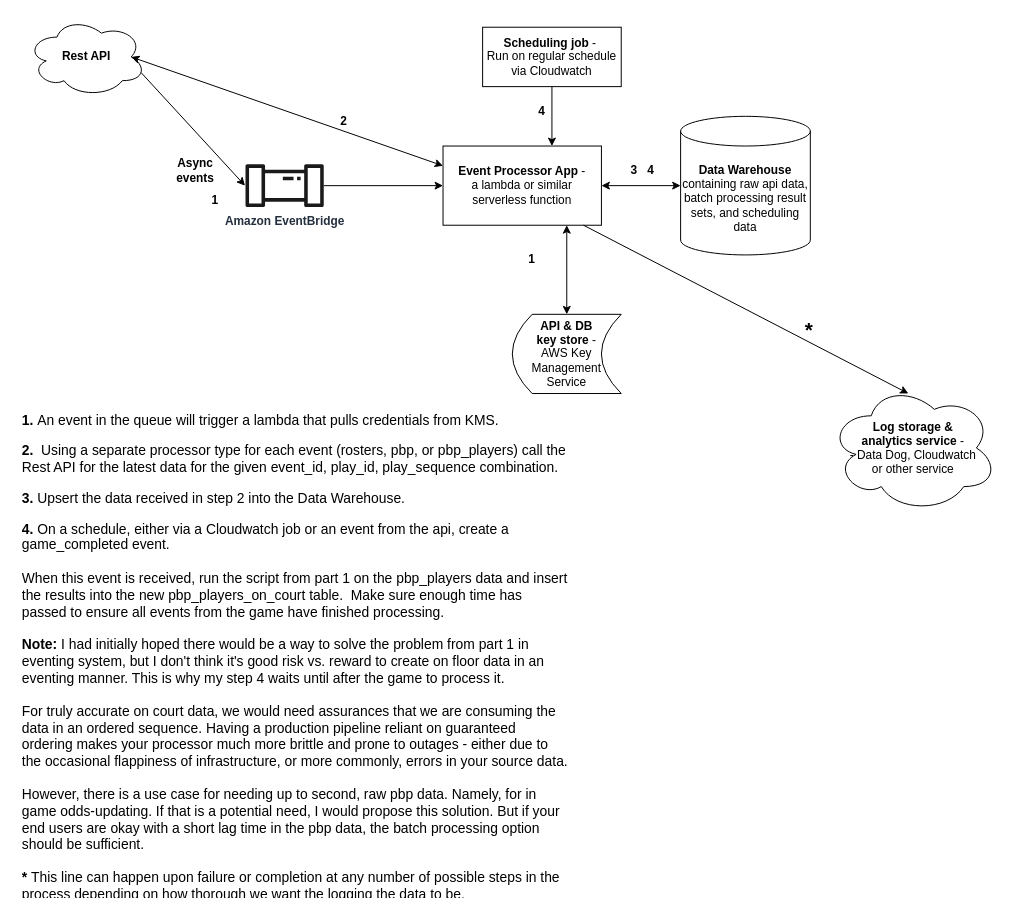
Above: page "Event Processor" (2 of 2) of swish_diagram.drawio in dpcramer/swish (draw.io), before the change. Source tidied: cells renumbered, new cells numbered last; positions are measured from the earlier drawing's top-left corner, leaving out a move shared by most shapes. Both pictures are drawn from the tidied source at 99%, with x=0, y=0 at pixel (17, 17).
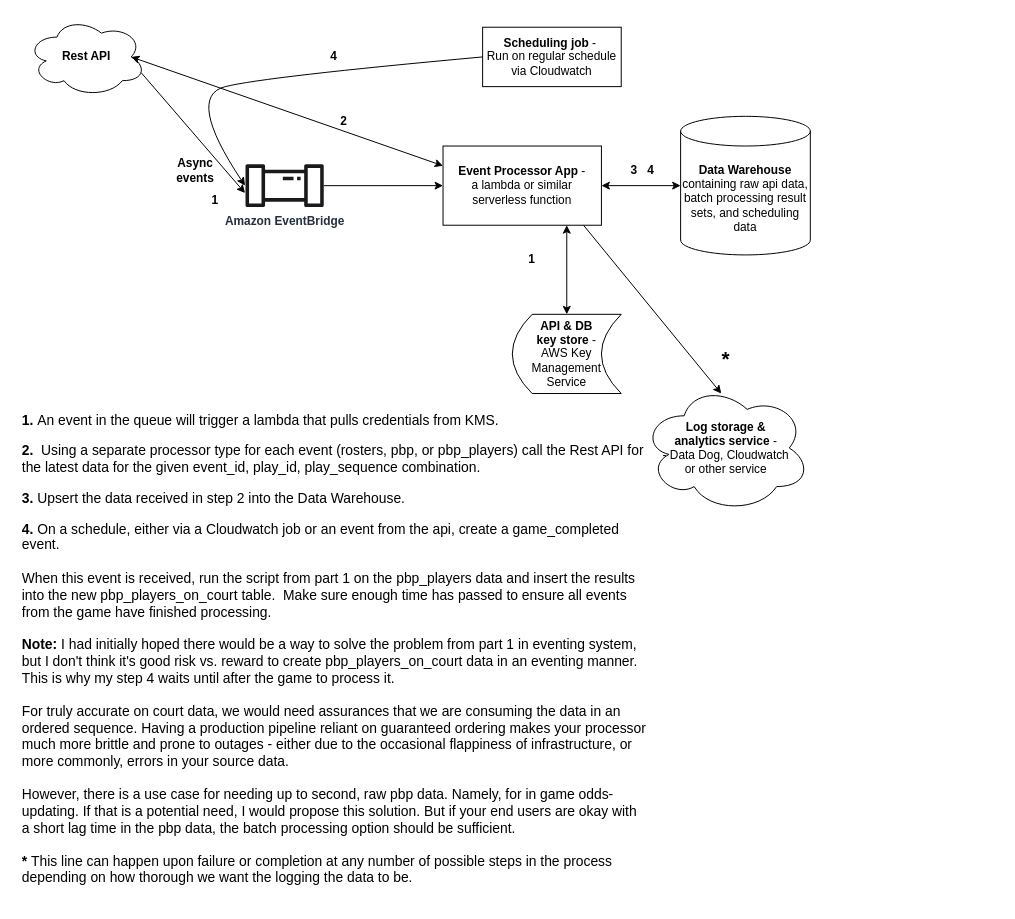
The same page after the edit.

The change refers to these unchanged cells:
```xml
<mxCell id="2" value="&lt;b&gt;Rest API&lt;/b&gt;" style="ellipse;shape=cloud;whiteSpace=wrap;html=1;" parent="1" vertex="1">
  <mxGeometry x="10" width="120" height="80" as="geometry" />
</mxCell>
<mxCell id="8" value="&lt;b&gt;Scheduling job&lt;/b&gt; -&amp;nbsp;&lt;br&gt;Run on regular schedule via Cloudwatch" style="rounded=0;whiteSpace=wrap;html=1;" parent="1" vertex="1">
  <mxGeometry x="470" y="10" width="140" height="60" as="geometry" />
</mxCell>
<mxCell id="22" value="&lt;b&gt;1&lt;/b&gt;" style="text;html=1;strokeColor=none;fillColor=none;align=center;verticalAlign=middle;whiteSpace=wrap;rounded=0;" parent="1" vertex="1">
  <mxGeometry x="170" y="170" width="60" height="30" as="geometry" />
</mxCell>
```

The edit, as a diff of the source:
```diff
@@
     <mxCell id="4" value="&lt;b&gt;Log storage &amp;amp; &lt;br&gt;analytics service&lt;/b&gt; -&lt;br&gt;- Data Dog, Cloudwatch &lt;br&gt;or other service" style="ellipse;shape=cloud;whiteSpace=wrap;html=1;" parent="1" vertex="1">
-      <mxGeometry x="820" y="370" width="170" height="130" as="geometry" />
+      <mxGeometry x="631" y="370" width="170" height="130" as="geometry" />
     </mxCell>
@@
-    <mxCell id="9" style="endArrow=classic;html=1;rounded=0;exitX=0.5;exitY=1;exitDx=0;exitDy=0;" parent="1" edge="1" source="8">
-      <mxGeometry relative="1" as="geometry">
-        <mxPoint x="540" y="130" as="targetPoint" />
-      </mxGeometry>
-    </mxCell>
@@
-    <mxCell id="13" value="&lt;h1 style=&quot;font-size: 14px;&quot;&gt;&lt;font style=&quot;font-size: 14px;&quot;&gt;&lt;b style=&quot;background-color: initial;&quot;&gt;1.&lt;/b&gt;&lt;span style=&quot;background-color: initial; font-weight: normal;&quot;&gt;&amp;nbsp;An event in the queue will trigger a lambda that pulls credentials from KMS.&amp;nbsp;&lt;/span&gt;&lt;/font&gt;&lt;/h1&gt;&lt;p style=&quot;font-size: 14px;&quot;&gt;&lt;font style=&quot;font-size: 14px;&quot;&gt;&lt;b&gt;2.&amp;nbsp; &lt;/b&gt;Using a separate processor type for each event (rosters, pbp, or pbp_players) call the Rest API for the latest data for the given event_id, play_id, play_sequence combination.&amp;nbsp;&lt;/font&gt;&lt;/p&gt;&lt;p style=&quot;font-size: 14px;&quot;&gt;&lt;font style=&quot;font-size: 14px;&quot;&gt;&lt;b&gt;3. &lt;/b&gt;Upsert the data received in step 2 into the Data Warehouse.&lt;/font&gt;&lt;/p&gt;&lt;p style=&quot;font-size: 14px;&quot;&gt;&lt;font style=&quot;font-size: 14px;&quot;&gt;&lt;b&gt;4. &lt;/b&gt;On a schedule, either via a Cloudwatch job or an event from the api, create a game_completed event. &lt;br&gt;&lt;br&gt;When this event is received, run the script from part 1 on the pbp_players data and insert the results into the new pbp_players_on_court table.&amp;nbsp; Make sure enough time has passed to ensure all events from the game have finished processing.&amp;nbsp;&lt;br&gt;&lt;/font&gt;&lt;b style=&quot;background-color: initial;&quot;&gt;&lt;br&gt;Note:&lt;/b&gt;&lt;span style=&quot;background-color: initial;&quot;&gt;&amp;nbsp;I had initially hoped there would be a way to solve the problem from part 1 in eventing system, but I don't think it's good risk vs. reward to create on floor data in an eventing manner. This is why my step 4 waits until after the game to process it. &lt;br&gt;&lt;br&gt;For truly accurate on court data, we would need assurances that we are consuming the data in an ordered sequence. Having a production pipeline reliant on guaranteed ordering makes your processor much more brittle and prone to outages - either due to the occasional flappiness of infrastructure, or more commonly, errors in your source data.&lt;br&gt;&lt;br&gt;However, there is a use case for needing up to second, raw pbp data. Namely, for in game odds-updating. If that is a potential need, I would propose this solution. But if your end users are okay with a short lag time in the pbp data, the batch processing option should be sufficient.&lt;br&gt;&lt;/span&gt;&lt;b style=&quot;background-color: initial;&quot;&gt;&lt;br&gt;* &lt;/b&gt;&lt;span style=&quot;background-color: initial;&quot;&gt;This line can happen upon failure or completion at any number of possible steps in the process depending on how thorough we want the logging the data to be.&lt;/span&gt;&lt;/p&gt;" style="text;html=1;strokeColor=none;fillColor=none;spacing=5;spacingTop=-20;whiteSpace=wrap;overflow=hidden;rounded=0;" parent="1" vertex="1">
-      <mxGeometry y="400" width="560" height="490" as="geometry" />
+    <mxCell id="13" value="&lt;h1 style=&quot;font-size: 14px;&quot;&gt;&lt;font style=&quot;font-size: 14px;&quot;&gt;&lt;b style=&quot;background-color: initial;&quot;&gt;1.&lt;/b&gt;&lt;span style=&quot;background-color: initial; font-weight: normal;&quot;&gt;&amp;nbsp;An event in the queue will trigger a lambda that pulls credentials from KMS.&amp;nbsp;&lt;/span&gt;&lt;/font&gt;&lt;/h1&gt;&lt;p style=&quot;font-size: 14px;&quot;&gt;&lt;font style=&quot;font-size: 14px;&quot;&gt;&lt;b&gt;2.&amp;nbsp; &lt;/b&gt;Using a separate processor type for each event (rosters, pbp, or pbp_players) call the Rest API for the latest data for the given event_id, play_id, play_sequence combination.&amp;nbsp;&lt;/font&gt;&lt;/p&gt;&lt;p style=&quot;font-size: 14px;&quot;&gt;&lt;font style=&quot;font-size: 14px;&quot;&gt;&lt;b&gt;3. &lt;/b&gt;Upsert the data received in step 2 into the Data Warehouse.&lt;/font&gt;&lt;/p&gt;&lt;p style=&quot;font-size: 14px;&quot;&gt;&lt;font style=&quot;font-size: 14px;&quot;&gt;&lt;b&gt;4. &lt;/b&gt;On a schedule, either via a Cloudwatch job or an event from the api, create a game_completed event. &lt;br&gt;&lt;br&gt;When this event is received, run the script from part 1 on the pbp_players data and insert the results into the new pbp_players_on_court table.&amp;nbsp; Make sure enough time has passed to ensure all events from the game have finished processing.&amp;nbsp;&lt;br&gt;&lt;/font&gt;&lt;b style=&quot;background-color: initial;&quot;&gt;&lt;br&gt;Note:&lt;/b&gt;&lt;span style=&quot;background-color: initial;&quot;&gt;&amp;nbsp;I had initially hoped there would be a way to solve the problem from part 1 in eventing system, but I don't think it's good risk vs. reward to create pbp_players_on_court data in an eventing manner. This is why my step 4 waits until after the game to process it. &lt;br&gt;&lt;br&gt;For truly accurate on court data, we would need assurances that we are consuming the data in an ordered sequence. Having a production pipeline reliant on guaranteed ordering makes your processor much more brittle and prone to outages - either due to the occasional flappiness of infrastructure, or more commonly, errors in your source data.&lt;br&gt;&lt;br&gt;However, there is a use case for needing up to second, raw pbp data. Namely, for in game odds-updating. If that is a potential need, I would propose this solution. But if your end users are okay with a short lag time in the pbp data, the batch processing option should be sufficient.&lt;br&gt;&lt;/span&gt;&lt;b style=&quot;background-color: initial;&quot;&gt;&lt;br&gt;* &lt;/b&gt;&lt;span style=&quot;background-color: initial;&quot;&gt;This line can happen upon failure or completion at any number of possible steps in the process depending on how thorough we want the logging the data to be.&lt;/span&gt;&lt;/p&gt;" style="text;html=1;strokeColor=none;fillColor=none;spacing=5;spacingTop=-20;whiteSpace=wrap;overflow=hidden;rounded=0;" parent="1" vertex="1">
+      <mxGeometry y="400" width="640" height="490" as="geometry" />
     </mxCell>
@@
     <mxCell id="15" value="&lt;b&gt;&lt;font style=&quot;font-size: 21px;&quot;&gt;*&lt;/font&gt;&lt;/b&gt;" style="text;html=1;strokeColor=none;fillColor=none;align=center;verticalAlign=middle;whiteSpace=wrap;rounded=0;" parent="1" vertex="1">
-      <mxGeometry x="770" y="300" width="60" height="30" as="geometry" />
+      <mxGeometry x="686" y="330" width="60" height="30" as="geometry" />
     </mxCell>
@@
-    <mxCell id="17" style="endArrow=classic;html=1;rounded=0;fontSize=21;exitX=0.96;exitY=0.7;exitDx=0;exitDy=0;exitPerimeter=0;" parent="1" edge="1" source="2">
-      <mxGeometry relative="1" as="geometry">
-        <mxPoint x="230" y="170" as="targetPoint" />
-      </mxGeometry>
+    <mxCell id="17" style="endArrow=classic;html=1;rounded=0;fontSize=21;exitX=0.96;exitY=0.7;exitDx=0;exitDy=0;exitPerimeter=0;entryX=1;entryY=0.25;entryDx=0;entryDy=0;" parent="1" edge="1" source="2" target="22">
+      <mxGeometry relative="1" as="geometry" />
     </mxCell>
@@
     <mxCell id="23" value="&lt;b&gt;4&lt;/b&gt;" style="text;html=1;strokeColor=none;fillColor=none;align=center;verticalAlign=middle;whiteSpace=wrap;rounded=0;" parent="1" vertex="1">
-      <mxGeometry x="500" y="80" width="60" height="30" as="geometry" />
+      <mxGeometry x="290" y="25" width="60" height="30" as="geometry" />
     </mxCell>
+    <mxCell id="24" style="curved=1;endArrow=classic;html=1;rounded=0;exitX=0;exitY=0.5;exitDx=0;exitDy=0;entryX=1;entryY=0;entryDx=0;entryDy=0;" parent="1" edge="1" source="8" target="22">
+      <mxGeometry relative="1" as="geometry">
+        <Array as="points">
+          <mxPoint x="250" y="60" />
+          <mxPoint x="170" y="80" />
+        </Array>
+      </mxGeometry>
+    </mxCell>
```
